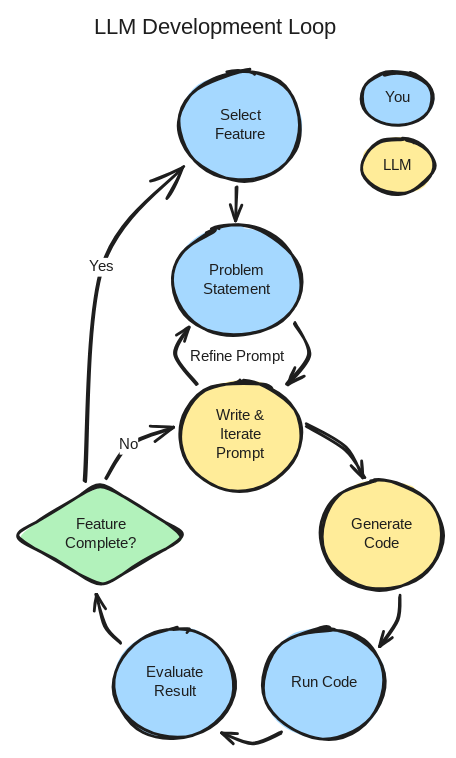
The Excalidraw diagram assets/images/workshop_flow.excalidraw.svg in bu-bioinfo-comp-workshops/bu-bioinfo-comp-workshops.github.io, before a commit. Source tidied: one line per element, renumbered; positions are measured from the earlier drawing's top-left corner, leaving out a move shared by most shapes.
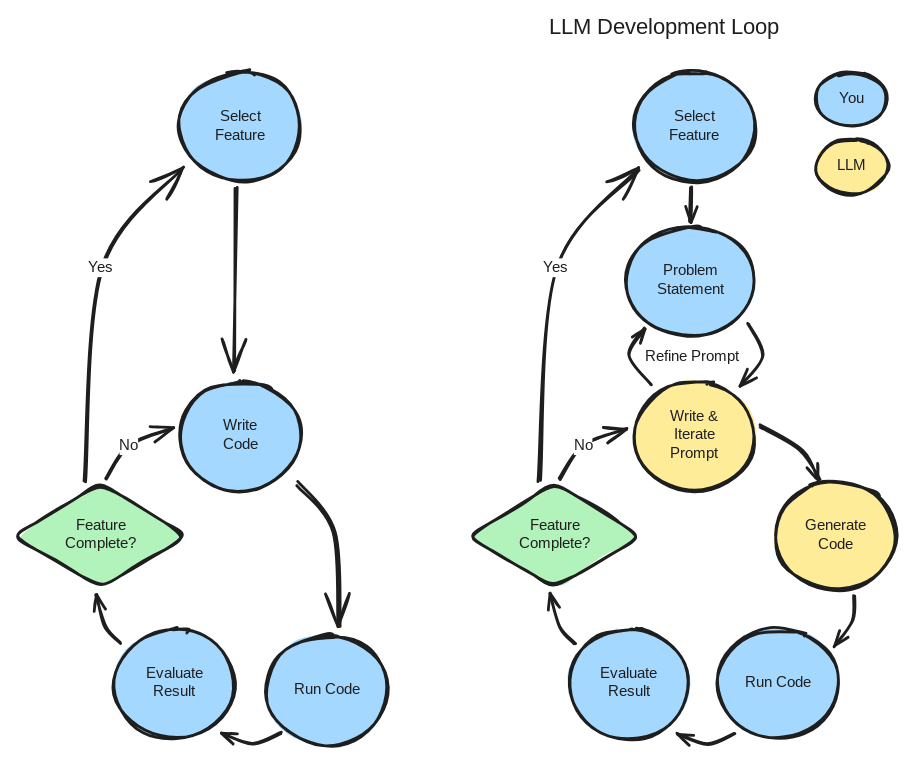
Above is the later version.

Commit message:
updated figures for llm primer, fixed some links

What changed in the source:
```diff
@@ -1,31 +1,49 @@
-{"id": 0, "type": "ellipse", "strokeColor": "#1e1e1e", "backgroundColor": "#a5d8ff", "fillStyle": "solid", "strokeWidth": 2, "roughness": 1, "round": true, "x": 113, "y": 151, "width": 92, "height": 78}
+{"id": 31, "type": "ellipse", "strokeColor": "#1e1e1e", "backgroundColor": "#a5d8ff", "fillStyle": "solid", "strokeWidth": 2, "roughness": 1, "round": true, "x": 113, "y": 151, "width": 92, "height": 78}
-{"id": 1, "type": "text", "text": "Problem\nStatement", "strokeColor": "#1e1e1e", "strokeWidth": 2, "roughness": 1, "fontSize": 10.73, "fontFamily": 5, "textAlign": "center", "verticalAlign": "middle", "inside": 0, "x": 132, "y": 177, "width": 55, "height": 27}
+{"id": 1, "type": "text", "text": "Problem\nStatement", "strokeColor": "#1e1e1e", "strokeWidth": 2, "roughness": 1, "fontSize": 10.73, "fontFamily": 5, "textAlign": "center", "verticalAlign": "middle", "inside": 31, "x": 132, "y": 177, "width": 55, "height": 27}
+{"id": 32, "type": "ellipse", "strokeColor": "#1e1e1e", "backgroundColor": "#ffec99", "fillStyle": "solid", "strokeWidth": 2, "roughness": 1, "round": true, "x": 118, "y": 262, "width": 86, "height": 78}
+{"id": 33, "type": "text", "text": "Write &\nIterate\nPrompt", "strokeColor": "#1e1e1e", "strokeWidth": 2, "roughness": 1, "fontSize": 10.73, "fontFamily": 5, "textAlign": "center", "verticalAlign": "middle", "inside": 32, "x": 142, "y": 281, "width": 39, "height": 40}
+{"id": 34, "type": "ellipse", "strokeColor": "#1e1e1e", "backgroundColor": "#a5d8ff", "fillStyle": "solid", "strokeWidth": 2, "roughness": 1, "round": true, "x": 178, "y": 439, "width": 86, "height": 78}
+{"id": 35, "type": "text", "text": "Run Code", "strokeColor": "#1e1e1e", "strokeWidth": 2, "roughness": 1, "fontSize": 10.73, "fontFamily": 5, "textAlign": "center", "verticalAlign": "middle", "inside": 34, "x": 197, "y": 471, "width": 49, "height": 13}
+{"id": 36, "type": "ellipse", "strokeColor": "#1e1e1e", "backgroundColor": "#a5d8ff", "fillStyle": "solid", "strokeWidth": 2, "roughness": 1, "round": true, "x": 71, "y": 439, "width": 86, "height": 78}
+{"id": 37, "type": "text", "text": "Evaluate\nResult", "strokeColor": "#1e1e1e", "strokeWidth": 2, "roughness": 1, "fontSize": 10.73, "fontFamily": 5, "textAlign": "center", "verticalAlign": "middle", "inside": 36, "x": 92, "y": 464, "width": 45, "height": 27}
+{"id": 38, "type": "ellipse", "strokeColor": "#1e1e1e", "backgroundColor": "#a5d8ff", "fillStyle": "solid", "strokeWidth": 2, "roughness": 1, "round": true, "x": 118, "y": 41, "width": 86, "height": 78}
+{"id": 39, "type": "text", "text": "Select\nFeature", "strokeColor": "#1e1e1e", "strokeWidth": 2, "roughness": 1, "fontSize": 10.73, "fontFamily": 5, "textAlign": "center", "verticalAlign": "middle", "inside": 38, "x": 141, "y": 66, "width": 40, "height": 27}
+{"id": 40, "type": "arrow", "strokeColor": "#1e1e1e", "angle": 4.08, "strokeWidth": 2, "roughness": 1, "endArrowhead": "arrow", "round": true, "x": 47, "y": 430, "width": 38, "height": 8, "points": [[0, 0], [15, -1], [38, 6]]}
+{"id": 41, "type": "arrow", "strokeColor": "#1e1e1e", "backgroundColor": "#ffffff", "fillStyle": "solid", "strokeWidth": 2, "roughness": 1, "endArrowhead": "arrow", "round": true, "x": 65, "y": 332, "width": 48, "height": 36, "points": [[0, 0], [17, -24], [48, -36]]}
+{"id": 42, "type": "text", "text": "No", "strokeColor": "#1e1e1e", "backgroundColor": "#ffffff", "fillStyle": "solid", "strokeWidth": 2, "roughness": 1, "fontSize": 10.73, "fontFamily": 5, "textAlign": "center", "verticalAlign": "middle", "inside": 41, "x": 138, "y": 526, "width": 13, "height": 13}
+{"id": 43, "type": "arrow", "strokeColor": "#1e1e1e", "angle": 6.28, "strokeWidth": 2, "roughness": 1, "endArrowhead": "arrow", "round": true, "x": 200, "y": 221, "width": 16, "height": 44, "points": [[0, 0], [10, 23], [-5, 44]]}
+{"id": 44, "type": "arrow", "strokeColor": "#1e1e1e", "angle": 0.94, "strokeWidth": 2, "roughness": 1, "endArrowhead": "arrow", "round": true, "x": 203, "y": 319, "width": 54, "height": 13, "points": [[0, 0], [30, -13], [54, -12]]}
+{"id": 45, "type": "arrow", "strokeColor": "#1e1e1e", "backgroundColor": "#ffffff", "fillStyle": "solid", "strokeWidth": 2, "roughness": 1, "endArrowhead": "arrow", "round": true, "x": 50, "y": 333, "width": 71, "height": 223, "points": [[0, 0], [12, -152], [71, -223]]}
+{"id": 46, "type": "text", "text": "Yes", "strokeColor": "#1e1e1e", "backgroundColor": "#ffffff", "fillStyle": "solid", "strokeWidth": 2, "roughness": 1, "fontSize": 10.73, "fontFamily": 5, "textAlign": "center", "verticalAlign": "middle", "inside": 45, "x": 97, "y": 289, "width": 17, "height": 13}
+{"id": 47, "type": "ellipse", "strokeColor": "#1e1e1e", "backgroundColor": "#ffec99", "fillStyle": "solid", "strokeWidth": 2, "roughness": 1, "round": true, "x": 219, "y": 333, "width": 86, "height": 78}
+{"id": 18, "type": "text", "text": "Generate\nCode", "strokeColor": "#1e1e1e", "strokeWidth": 2, "roughness": 1, "fontSize": 10.73, "fontFamily": 5, "textAlign": "center", "verticalAlign": "middle", "inside": 47, "x": 239, "y": 359, "width": 47, "height": 27}
+{"id": 48, "type": "arrow", "strokeColor": "#1e1e1e", "angle": 3.06, "strokeWidth": 2, "roughness": 1, "endArrowhead": "arrow", "round": true, "from": 25, "to": 25, "x": 115, "y": 225, "width": 14, "height": 40, "points": [[0, 0], [14, 23], [2, 40]]}
+{"id": 49, "type": "diamond", "strokeColor": "#1e1e1e", "backgroundColor": "#b2f2bb", "fillStyle": "solid", "strokeWidth": 2, "roughness": 1, "round": true, "x": 0, "y": 335, "width": 124, "height": 75}
+{"id": 50, "type": "text", "text": "Feature\nComplete?", "strokeColor": "#1e1e1e", "backgroundColor": "#ffec99", "fillStyle": "solid", "strokeWidth": 2, "roughness": 1, "fontSize": 10.73, "fontFamily": 5, "textAlign": "center", "verticalAlign": "middle", "inside": 49, "x": 36, "y": 358, "width": 51, "height": 27}
+{"id": 51, "type": "arrow", "strokeColor": "#1e1e1e", "backgroundColor": "#b2f2bb", "fillStyle": "solid", "strokeWidth": 2, "roughness": 1, "endArrowhead": "arrow", "round": true, "x": 159, "y": 124, "width": 1, "height": 24, "points": [[0, 0], [-1, 24]]}
+{"id": 52, "type": "arrow", "strokeColor": "#1e1e1e", "angle": 0.94, "strokeWidth": 2, "roughness": 1, "endArrowhead": "arrow", "round": true, "x": 258, "y": 417, "width": 21, "height": 33, "points": [[0, 0], [13, 12], [21, 33]]}
+{"id": 53, "type": "arrow", "strokeColor": "#1e1e1e", "angle": 2.92, "strokeWidth": 2, "roughness": 1, "endArrowhead": "arrow", "round": true, "x": 150, "y": 512, "width": 41, "height": 12, "points": [[0, 0], [21, -3], [41, 9]]}
+{"id": 25, "type": "text", "text": "Refine Prompt", "strokeColor": "#1e1e1e", "backgroundColor": "#b2f2bb", "fillStyle": "solid", "strokeWidth": 2, "roughness": 1, "fontSize": 10.73, "fontFamily": 5, "x": 126, "y": 238, "width": 74, "height": 13}
+{"id": 26, "type": "ellipse", "strokeColor": "#1e1e1e", "backgroundColor": "#a5d8ff", "fillStyle": "solid", "strokeWidth": 2, "roughness": 1, "round": true, "x": 249, "y": 41, "width": 51, "height": 39}
+{"id": 27, "type": "text", "text": "You", "strokeColor": "#1e1e1e", "strokeWidth": 2, "roughness": 1, "fontSize": 10.73, "fontFamily": 5, "textAlign": "center", "verticalAlign": "middle", "inside": 26, "x": 265, "y": 54, "width": 18, "height": 13}
+{"id": 28, "type": "ellipse", "strokeColor": "#1e1e1e", "backgroundColor": "#ffec99", "fillStyle": "solid", "strokeWidth": 2, "roughness": 1, "round": true, "x": 249, "y": 89, "width": 51, "height": 39}
+{"id": 29, "type": "text", "text": "LLM", "strokeColor": "#1e1e1e", "strokeWidth": 2, "roughness": 1, "fontSize": 10.73, "fontFamily": 5, "textAlign": "center", "verticalAlign": "middle", "inside": 28, "x": 264, "y": 102, "width": 20, "height": 13}
+{"id": 30, "type": "text", "text": "LLM Development Loop", "strokeColor": "#1e1e1e", "backgroundColor": "#ffec99", "fillStyle": "solid", "strokeWidth": 2, "roughness": 1, "fontSize": 16, "fontFamily": 5, "x": 57, "y": 0, "width": 175, "height": 20}
-{"id": 2, "type": "ellipse", "strokeColor": "#1e1e1e", "backgroundColor": "#ffec99", "fillStyle": "solid", "strokeWidth": 2, "roughness": 1, "round": true, "x": 118, "y": 262, "width": 86, "height": 78}
+{"id": 2, "type": "ellipse", "strokeColor": "#1e1e1e", "backgroundColor": "#a5d8ff", "fillStyle": "solid", "strokeWidth": 2, "roughness": 1, "round": true, "x": -206, "y": 262, "width": 86, "height": 78}
-{"id": 3, "type": "text", "text": "Write &\nIterate\nPrompt", "strokeColor": "#1e1e1e", "strokeWidth": 2, "roughness": 1, "fontSize": 10.73, "fontFamily": 5, "textAlign": "center", "verticalAlign": "middle", "inside": 2, "x": 142, "y": 281, "width": 39, "height": 40}
+{"id": 3, "type": "text", "text": "Write\nCode", "strokeColor": "#1e1e1e", "strokeWidth": 2, "roughness": 1, "fontSize": 10.73, "fontFamily": 5, "textAlign": "center", "verticalAlign": "middle", "inside": 2, "x": -177, "y": 287, "width": 27, "height": 27}
-{"id": 4, "type": "ellipse", "strokeColor": "#1e1e1e", "backgroundColor": "#a5d8ff", "fillStyle": "solid", "strokeWidth": 2, "roughness": 1, "round": true, "x": 178, "y": 439, "width": 86, "height": 78}
+{"id": 4, "type": "ellipse", "strokeColor": "#1e1e1e", "backgroundColor": "#a5d8ff", "fillStyle": "solid", "strokeWidth": 2, "roughness": 1, "round": true, "x": -144, "y": 443, "width": 86, "height": 78}
-{"id": 5, "type": "text", "text": "Run Code", "strokeColor": "#1e1e1e", "strokeWidth": 2, "roughness": 1, "fontSize": 10.73, "fontFamily": 5, "textAlign": "center", "verticalAlign": "middle", "inside": 4, "x": 197, "y": 471, "width": 49, "height": 13}
+{"id": 5, "type": "text", "text": "Run Code", "strokeColor": "#1e1e1e", "strokeWidth": 2, "roughness": 1, "fontSize": 10.73, "fontFamily": 5, "textAlign": "center", "verticalAlign": "middle", "inside": 4, "x": -125, "y": 476, "width": 49, "height": 13}
-{"id": 6, "type": "ellipse", "strokeColor": "#1e1e1e", "backgroundColor": "#a5d8ff", "fillStyle": "solid", "strokeWidth": 2, "roughness": 1, "round": true, "x": 71, "y": 439, "width": 86, "height": 78}
+{"id": 6, "type": "ellipse", "strokeColor": "#1e1e1e", "backgroundColor": "#a5d8ff", "fillStyle": "solid", "strokeWidth": 2, "roughness": 1, "round": true, "x": -253, "y": 439, "width": 86, "height": 78}
-{"id": 7, "type": "text", "text": "Evaluate\nResult", "strokeColor": "#1e1e1e", "strokeWidth": 2, "roughness": 1, "fontSize": 10.73, "fontFamily": 5, "textAlign": "center", "verticalAlign": "middle", "inside": 6, "x": 92, "y": 464, "width": 45, "height": 27}
+{"id": 7, "type": "text", "text": "Evaluate\nResult", "strokeColor": "#1e1e1e", "strokeWidth": 2, "roughness": 1, "fontSize": 10.73, "fontFamily": 5, "textAlign": "center", "verticalAlign": "middle", "inside": 6, "x": -233, "y": 464, "width": 45, "height": 27}
-{"id": 8, "type": "ellipse", "strokeColor": "#1e1e1e", "backgroundColor": "#a5d8ff", "fillStyle": "solid", "strokeWidth": 2, "roughness": 1, "round": true, "x": 118, "y": 41, "width": 86, "height": 78}
+{"id": 8, "type": "ellipse", "strokeColor": "#1e1e1e", "backgroundColor": "#a5d8ff", "fillStyle": "solid", "strokeWidth": 2, "roughness": 1, "round": true, "x": -206, "y": 41, "width": 86, "height": 78}
-{"id": 9, "type": "text", "text": "Select\nFeature", "strokeColor": "#1e1e1e", "strokeWidth": 2, "roughness": 1, "fontSize": 10.73, "fontFamily": 5, "textAlign": "center", "verticalAlign": "middle", "inside": 8, "x": 141, "y": 66, "width": 40, "height": 27}
+{"id": 9, "type": "text", "text": "Select\nFeature", "strokeColor": "#1e1e1e", "strokeWidth": 2, "roughness": 1, "fontSize": 10.73, "fontFamily": 5, "textAlign": "center", "verticalAlign": "middle", "inside": 8, "x": -183, "y": 66, "width": 40, "height": 27}
-{"id": 10, "type": "arrow", "strokeColor": "#1e1e1e", "angle": 4.08, "strokeWidth": 2, "roughness": 1, "endArrowhead": "arrow", "round": true, "x": 47, "y": 430, "width": 38, "height": 8, "points": [[0, 0], [15, -1], [38, 6]]}
+{"id": 10, "type": "arrow", "strokeColor": "#1e1e1e", "angle": 4.08, "strokeWidth": 2, "roughness": 1, "endArrowhead": "arrow", "round": true, "x": -277, "y": 430, "width": 38, "height": 8, "points": [[0, 0], [15, -1], [38, 6]]}
-{"id": 11, "type": "arrow", "strokeColor": "#1e1e1e", "backgroundColor": "#ffffff", "fillStyle": "solid", "strokeWidth": 2, "roughness": 1, "endArrowhead": "arrow", "round": true, "x": 65, "y": 332, "width": 48, "height": 36, "points": [[0, 0], [17, -24], [48, -36]]}
+{"id": 11, "type": "arrow", "strokeColor": "#1e1e1e", "backgroundColor": "#ffffff", "fillStyle": "solid", "strokeWidth": 2, "roughness": 1, "endArrowhead": "arrow", "round": true, "x": -259, "y": 332, "width": 48, "height": 36, "points": [[0, 0], [17, -24], [48, -36]]}
 {"id": 12, "type": "text", "text": "No", "strokeColor": "#1e1e1e", "backgroundColor": "#ffffff", "fillStyle": "solid", "strokeWidth": 2, "roughness": 1, "fontSize": 10.73, "fontFamily": 5, "textAlign": "center", "verticalAlign": "middle", "inside": 11, "x": 138, "y": 526, "width": 13, "height": 13}
-{"id": 13, "type": "arrow", "strokeColor": "#1e1e1e", "angle": 6.28, "strokeWidth": 2, "roughness": 1, "endArrowhead": "arrow", "round": true, "x": 200, "y": 221, "width": 16, "height": 44, "points": [[0, 0], [10, 23], [-5, 44]]}
-{"id": 14, "type": "arrow", "strokeColor": "#1e1e1e", "angle": 0.94, "strokeWidth": 2, "roughness": 1, "endArrowhead": "arrow", "round": true, "x": 203, "y": 319, "width": 54, "height": 13, "points": [[0, 0], [30, -13], [54, -12]]}
-{"id": 15, "type": "arrow", "strokeColor": "#1e1e1e", "backgroundColor": "#ffffff", "fillStyle": "solid", "strokeWidth": 2, "roughness": 1, "endArrowhead": "arrow", "round": true, "x": 50, "y": 333, "width": 71, "height": 223, "points": [[0, 0], [12, -152], [71, -223]]}
+{"id": 15, "type": "arrow", "strokeColor": "#1e1e1e", "backgroundColor": "#ffffff", "fillStyle": "solid", "strokeWidth": 2, "roughness": 1, "endArrowhead": "arrow", "round": true, "x": -274, "y": 333, "width": 71, "height": 223, "points": [[0, 0], [12, -152], [71, -223]]}
 {"id": 16, "type": "text", "text": "Yes", "strokeColor": "#1e1e1e", "backgroundColor": "#ffffff", "fillStyle": "solid", "strokeWidth": 2, "roughness": 1, "fontSize": 10.73, "fontFamily": 5, "textAlign": "center", "verticalAlign": "middle", "inside": 15, "x": 97, "y": 289, "width": 17, "height": 13}
-{"id": 17, "type": "ellipse", "strokeColor": "#1e1e1e", "backgroundColor": "#ffec99", "fillStyle": "solid", "strokeWidth": 2, "roughness": 1, "round": true, "x": 219, "y": 333, "width": 86, "height": 78}
-{"id": 18, "type": "text", "text": "Generate\nCode", "strokeColor": "#1e1e1e", "strokeWidth": 2, "roughness": 1, "fontSize": 10.73, "fontFamily": 5, "textAlign": "center", "verticalAlign": "middle", "inside": 17, "x": 239, "y": 359, "width": 47, "height": 27}
-{"id": 19, "type": "arrow", "strokeColor": "#1e1e1e", "angle": 3.06, "strokeWidth": 2, "roughness": 1, "endArrowhead": "arrow", "round": true, "from": 25, "to": 25, "x": 115, "y": 225, "width": 14, "height": 40, "points": [[0, 0], [14, 23], [2, 40]]}
-{"id": 20, "type": "diamond", "strokeColor": "#1e1e1e", "backgroundColor": "#b2f2bb", "fillStyle": "solid", "strokeWidth": 2, "roughness": 1, "round": true, "x": 0, "y": 335, "width": 124, "height": 75}
+{"id": 20, "type": "diamond", "strokeColor": "#1e1e1e", "backgroundColor": "#b2f2bb", "fillStyle": "solid", "strokeWidth": 2, "roughness": 1, "round": true, "x": -325, "y": 335, "width": 124, "height": 75}
-{"id": 21, "type": "text", "text": "Feature\nComplete?", "strokeColor": "#1e1e1e", "backgroundColor": "#ffec99", "fillStyle": "solid", "strokeWidth": 2, "roughness": 1, "fontSize": 10.73, "fontFamily": 5, "textAlign": "center", "verticalAlign": "middle", "inside": 20, "x": 36, "y": 358, "width": 51, "height": 27}
+{"id": 21, "type": "text", "text": "Feature\nComplete?", "strokeColor": "#1e1e1e", "backgroundColor": "#ffec99", "fillStyle": "solid", "strokeWidth": 2, "roughness": 1, "fontSize": 10.73, "fontFamily": 5, "textAlign": "center", "verticalAlign": "middle", "inside": 20, "x": -288, "y": 358, "width": 51, "height": 27}
-{"id": 22, "type": "arrow", "strokeColor": "#1e1e1e", "backgroundColor": "#b2f2bb", "fillStyle": "solid", "strokeWidth": 2, "roughness": 1, "endArrowhead": "arrow", "round": true, "x": 159, "y": 124, "width": 1, "height": 24, "points": [[0, 0], [-1, 24]]}
+{"id": 22, "type": "arrow", "strokeColor": "#1e1e1e", "backgroundColor": "#b2f2bb", "fillStyle": "solid", "strokeWidth": 2, "roughness": 1, "endArrowhead": "arrow", "round": true, "from": 8, "to": 2, "x": -165, "y": 124, "width": 2, "height": 132, "points": [[0, 0], [-2, 132]]}
-{"id": 23, "type": "arrow", "strokeColor": "#1e1e1e", "angle": 0.94, "strokeWidth": 2, "roughness": 1, "endArrowhead": "arrow", "round": true, "x": 258, "y": 417, "width": 21, "height": 33, "points": [[0, 0], [13, 12], [21, 33]]}
+{"id": 23, "type": "arrow", "strokeColor": "#1e1e1e", "angle": 0.94, "strokeWidth": 2, "roughness": 1, "endArrowhead": "arrow", "round": true, "from": 2, "to": 4, "x": -157, "y": 367, "width": 101, "height": 37, "points": [[0, 0], [45, 0], [101, 36]]}
-{"id": 24, "type": "arrow", "strokeColor": "#1e1e1e", "angle": 2.92, "strokeWidth": 2, "roughness": 1, "endArrowhead": "arrow", "round": true, "x": 150, "y": 512, "width": 41, "height": 12, "points": [[0, 0], [21, -3], [41, 9]]}
+{"id": 24, "type": "arrow", "strokeColor": "#1e1e1e", "angle": 2.92, "strokeWidth": 2, "roughness": 1, "endArrowhead": "arrow", "round": true, "x": -175, "y": 512, "width": 41, "height": 12, "points": [[0, 0], [21, -3], [41, 9]]}
-{"id": 25, "type": "text", "text": "Refine Prompt", "strokeColor": "#1e1e1e", "backgroundColor": "#b2f2bb", "fillStyle": "solid", "strokeWidth": 2, "roughness": 1, "fontSize": 10.73, "fontFamily": 5, "x": 126, "y": 238, "width": 74, "height": 13}
-{"id": 26, "type": "ellipse", "strokeColor": "#1e1e1e", "backgroundColor": "#a5d8ff", "fillStyle": "solid", "strokeWidth": 2, "roughness": 1, "round": true, "x": 249, "y": 41, "width": 51, "height": 39}
-{"id": 27, "type": "text", "text": "You", "strokeColor": "#1e1e1e", "strokeWidth": 2, "roughness": 1, "fontSize": 10.73, "fontFamily": 5, "textAlign": "center", "verticalAlign": "middle", "inside": 26, "x": 265, "y": 54, "width": 18, "height": 13}
-{"id": 28, "type": "ellipse", "strokeColor": "#1e1e1e", "backgroundColor": "#ffec99", "fillStyle": "solid", "strokeWidth": 2, "roughness": 1, "round": true, "x": 249, "y": 89, "width": 51, "height": 39}
-{"id": 29, "type": "text", "text": "LLM", "strokeColor": "#1e1e1e", "strokeWidth": 2, "roughness": 1, "fontSize": 10.73, "fontFamily": 5, "textAlign": "center", "verticalAlign": "middle", "inside": 28, "x": 264, "y": 102, "width": 20, "height": 13}
-{"id": 30, "type": "text", "text": "LLM Developmeent Loop", "strokeColor": "#1e1e1e", "backgroundColor": "#ffec99", "fillStyle": "solid", "strokeWidth": 2, "roughness": 1, "fontSize": 16, "fontFamily": 5, "x": 57, "y": 0, "width": 184, "height": 20}
```
